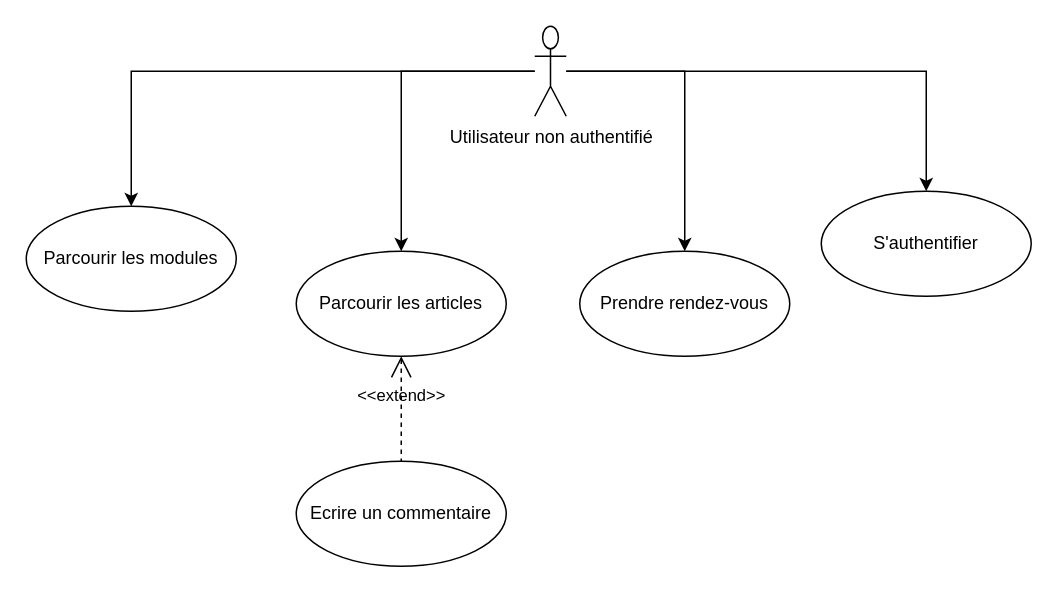
Before: Use Case.drawio in aspirio187/GD-depot-eice, a draw.io diagram. Source tidied: cells renumbered, new cells numbered last; positions are measured from the earlier drawing's top-left corner, leaving out a move shared by most shapes. Both pictures are drawn from the tidied source at 150%, with x=0, y=0 at pixel (26, 26).
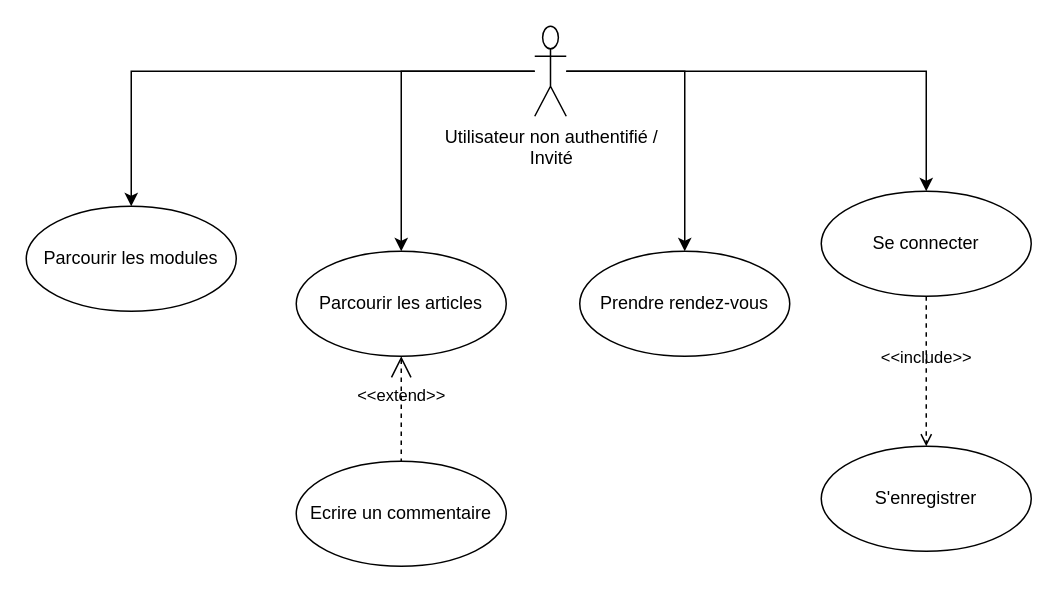
Above is the later version.

What changed in the source:
```diff
@@
 <mxGraphModel>
   <root>
     <mxCell id="0" />
     <mxCell id="1" parent="0" />
     <mxCell id="2" style="edgeStyle=orthogonalEdgeStyle;rounded=0;jettySize=auto;html=1;" parent="1" edge="1" source="6" target="10">
       <mxGeometry relative="1" as="geometry" />
     </mxCell>
     <mxCell id="3" style="edgeStyle=orthogonalEdgeStyle;rounded=0;jettySize=auto;html=1;" parent="1" edge="1" source="6" target="8">
       <mxGeometry relative="1" as="geometry" />
     </mxCell>
     <mxCell id="4" style="edgeStyle=orthogonalEdgeStyle;rounded=0;jettySize=auto;html=1;" parent="1" edge="1" source="6" target="9">
       <mxGeometry relative="1" as="geometry" />
     </mxCell>
     <mxCell id="5" style="edgeStyle=orthogonalEdgeStyle;rounded=0;jettySize=auto;html=1;" parent="1" edge="1" source="6" target="7">
       <mxGeometry relative="1" as="geometry" />
     </mxCell>
-    <mxCell id="6" value="Utilisateur non authentifié" style="shape=umlActor;html=1;verticalLabelPosition=bottom;verticalAlign=top;align=center;" parent="1" vertex="1">
+    <mxCell id="6" value="Utilisateur non authentifié /&lt;br&gt;Invité" style="shape=umlActor;html=1;verticalLabelPosition=bottom;verticalAlign=top;align=center;" parent="1" vertex="1">
       <mxGeometry x="339" width="21" height="60" as="geometry" />
     </mxCell>
-    <mxCell id="7" value="S'authentifier" style="ellipse;whiteSpace=wrap;html=1;" parent="1" vertex="1">
+    <mxCell id="7" value="Se connecter" style="ellipse;whiteSpace=wrap;html=1;" parent="1" vertex="1">
       <mxGeometry x="530" y="110" width="140" height="70" as="geometry" />
     </mxCell>
     <mxCell id="8" value="Parcourir les modules" style="ellipse;whiteSpace=wrap;html=1;" parent="1" vertex="1">
       <mxGeometry y="120" width="140" height="70" as="geometry" />
     </mxCell>
     <mxCell id="9" value="Parcourir les articles" style="ellipse;whiteSpace=wrap;html=1;" parent="1" vertex="1">
       <mxGeometry x="180" y="150" width="140" height="70" as="geometry" />
     </mxCell>
     <mxCell id="10" value="Prendre rendez-vous" style="ellipse;whiteSpace=wrap;html=1;" parent="1" vertex="1">
       <mxGeometry x="369" y="150" width="140" height="70" as="geometry" />
     </mxCell>
     <mxCell id="11" value="Ecrire un commentaire" style="ellipse;whiteSpace=wrap;html=1;" parent="1" vertex="1">
       <mxGeometry x="180" y="290" width="140" height="70" as="geometry" />
     </mxCell>
     <mxCell id="12" value="&amp;lt;&amp;lt;extend&amp;gt;&amp;gt;" style="edgeStyle=none;html=1;startArrow=open;endArrow=none;startSize=12;verticalAlign=bottom;dashed=1;labelBackgroundColor=none;rounded=0;exitX=0.5;exitY=1;exitDx=0;exitDy=0;entryX=0.5;entryY=0;entryDx=0;entryDy=0;" parent="1" edge="1" source="9" target="11">
       <mxGeometry relative="1" as="geometry" />
     </mxCell>
+    <mxCell id="13" value="&amp;lt;&amp;lt;include&amp;gt;&amp;gt;" style="edgeStyle=none;html=1;endArrow=open;verticalAlign=bottom;dashed=1;labelBackgroundColor=none;rounded=0;exitX=0.5;exitY=1;exitDx=0;exitDy=0;" parent="1" edge="1" source="7" target="14">
+      <mxGeometry relative="1" as="geometry" />
+    </mxCell>
+    <mxCell id="14" value="S'enregistrer" style="ellipse;whiteSpace=wrap;html=1;" parent="1" vertex="1">
+      <mxGeometry x="530" y="280" width="140" height="70" as="geometry" />
+    </mxCell>
   </root>
 </mxGraphModel>
```
